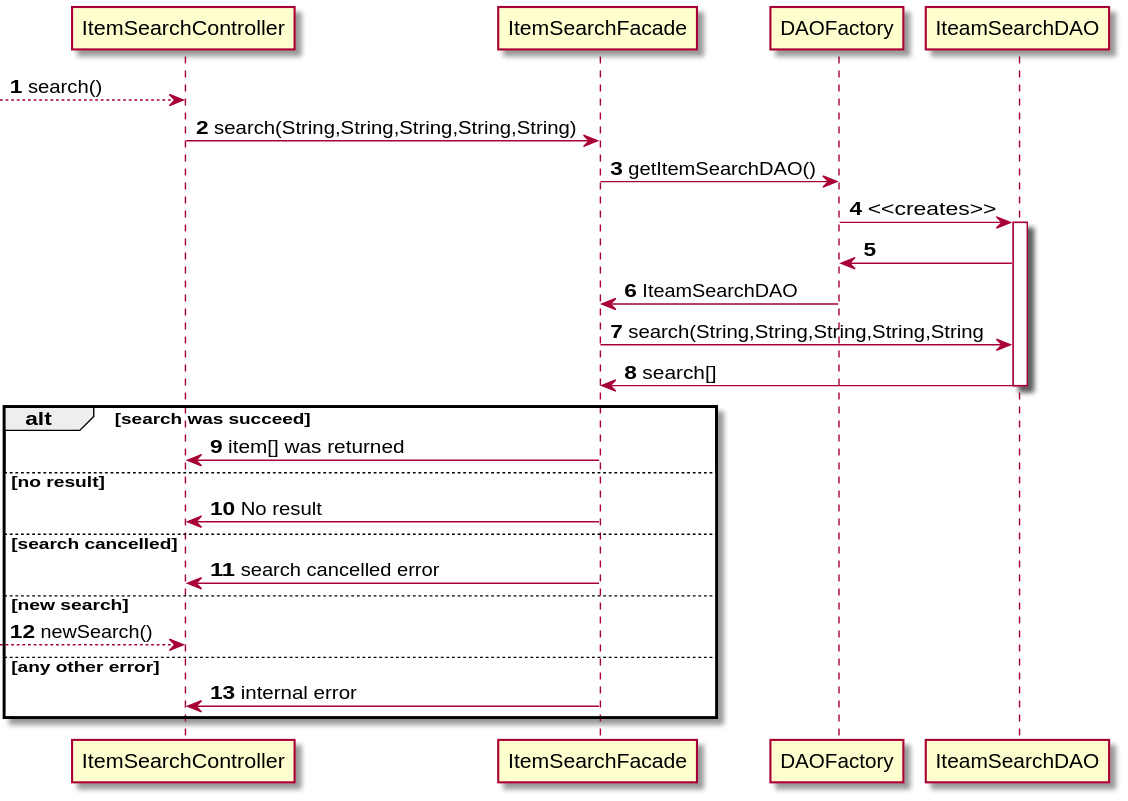
The PlantUML diagram specifications/software-design/item-search/item-search-sequence-diagram.svg in BrokenSwing/Comixaire, before a commit.
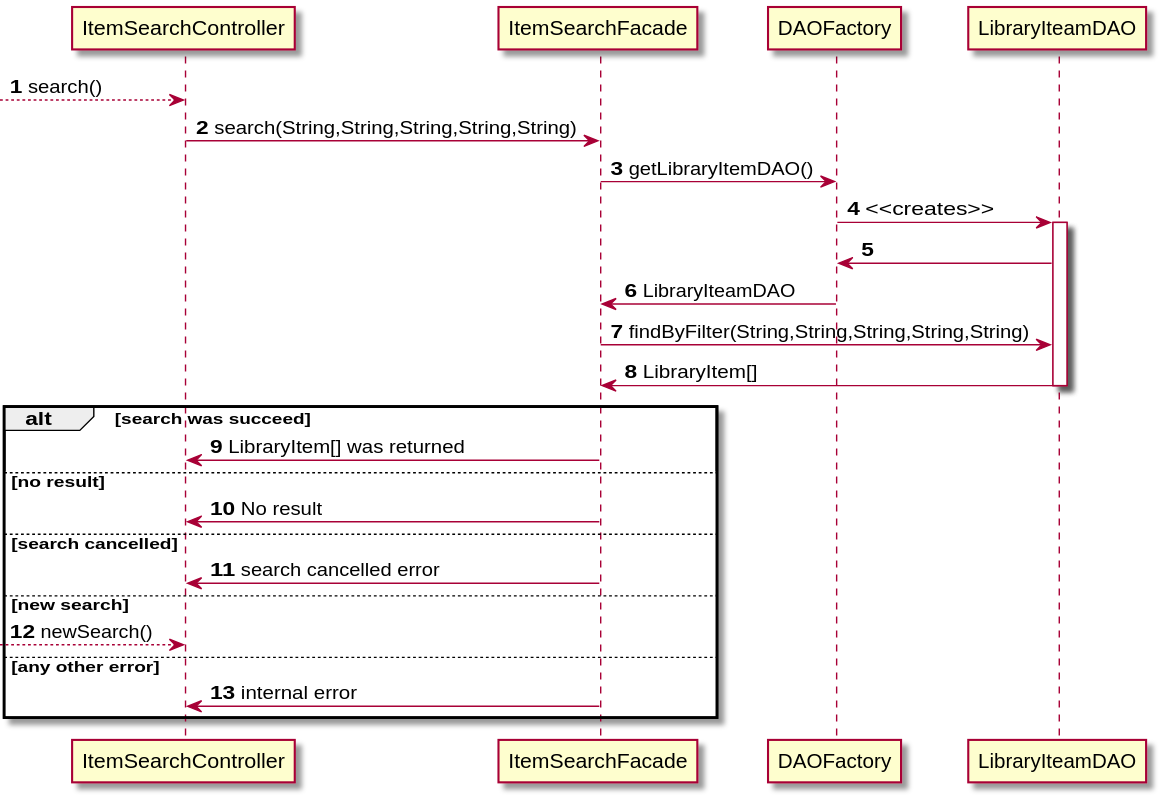
Later version of the same file.

Commit message:
Consult-logs readme and item search readme updated

The edit, as a diff of the source:
```diff
@@ -3,15 +3,15 @@
 
 --> ItemSearchController: search()
 ItemSearchController -> ItemSearchFacade: search(String,String,String,String,String)
-ItemSearchFacade -> DAOFactory : getItemSearchDAO()
-DAOFactory -> IteamSearchDAO ++ : <<creates>>
-IteamSearchDAO -> DAOFactory
-DAOFactory -> ItemSearchFacade : IteamSearchDAO
-ItemSearchFacade -> IteamSearchDAO : search(String,String,String,String,String
-IteamSearchDAO -> ItemSearchFacade : search[]
-deactivate IteamSearchDAO
+ItemSearchFacade -> DAOFactory : getLibraryItemDAO()
+DAOFactory -> LibraryIteamDAO ++ : <<creates>>
+LibraryIteamDAO -> DAOFactory
+DAOFactory -> ItemSearchFacade : LibraryIteamDAO
+ItemSearchFacade -> LibraryIteamDAO : findByFilter(String,String,String,String,String)
+LibraryIteamDAO -> ItemSearchFacade : LibraryItem[]
+deactivate LibraryIteamDAO
 alt search was succeed
-  ItemSearchFacade -> ItemSearchController : item[] was returned
+  ItemSearchFacade -> ItemSearchController : LibraryItem[] was returned
 else no result
   ItemSearchFacade -> ItemSearchController: No result
 else search cancelled
```
